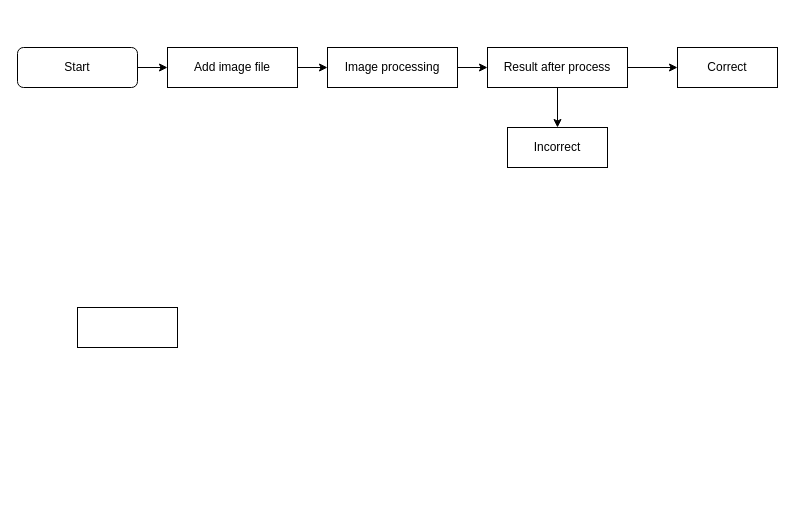
Nuttph/KUSRC.NSC-2024 keeps this draw.io diagram as NSC_Model.drawio. Above is the earlier version. Source tidied: cells renumbered, new cells numbered last; positions are measured from the earlier drawing's top-left corner, leaving out a move shared by most shapes. Both pictures are drawn from the tidied source at 100%, with x=0, y=0 at pixel (17, 47).
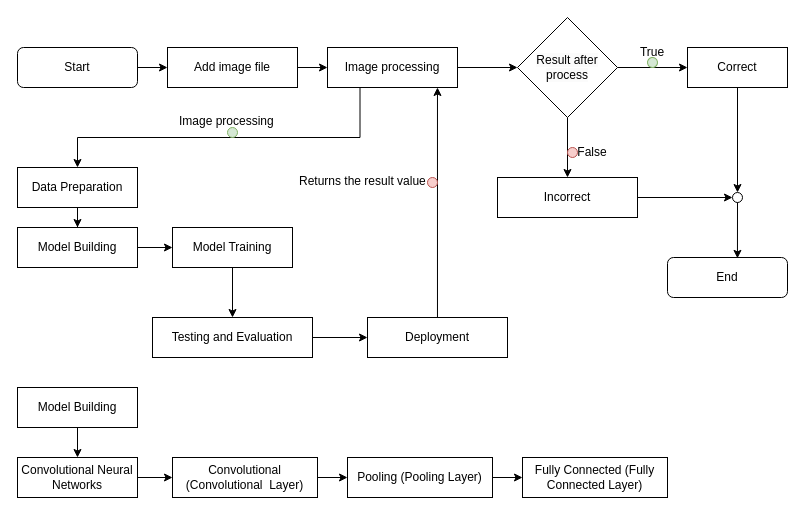
After the change.

The change refers to these unchanged cells:
```xml
<mxCell id="7" value="Image processing" style="rounded=0;whiteSpace=wrap;html=1;" parent="1" vertex="1">
  <mxGeometry x="310" width="130" height="40" as="geometry" />
</mxCell>
```

What changed in the source:
```diff
@@
+    <mxCell id="14" style="edgeStyle=orthogonalEdgeStyle;rounded=0;jettySize=auto;html=1;entryX=0.5;entryY=0;entryDx=0;entryDy=0;exitX=0.25;exitY=1;exitDx=0;exitDy=0;" parent="1" edge="1" source="7" target="20">
+      <mxGeometry relative="1" as="geometry">
+        <Array as="points">
+          <mxPoint x="342" y="90" />
+          <mxPoint x="60" y="90" />
+        </Array>
+      </mxGeometry>
+    </mxCell>
@@
-    <mxCell id="8" style="edgeStyle=orthogonalEdgeStyle;rounded=0;jettySize=auto;html=1;entryX=0.5;entryY=0;entryDx=0;entryDy=0;" parent="1" edge="1" source="10" target="11">
+    <mxCell id="8" style="edgeStyle=orthogonalEdgeStyle;rounded=0;jettySize=auto;html=1;entryX=0.5;entryY=0;entryDx=0;entryDy=0;exitX=0.5;exitY=1;exitDx=0;exitDy=0;" parent="1" edge="1" source="10" target="11">
       <mxGeometry relative="1" as="geometry" />
     </mxCell>
-    <mxCell id="9" style="edgeStyle=orthogonalEdgeStyle;rounded=0;jettySize=auto;html=1;entryX=0;entryY=0.5;entryDx=0;entryDy=0;" parent="1" edge="1" source="10" target="12">
+    <mxCell id="9" style="edgeStyle=orthogonalEdgeStyle;rounded=0;jettySize=auto;html=1;entryX=0;entryY=0.5;entryDx=0;entryDy=0;exitX=1;exitY=0.5;exitDx=0;exitDy=0;" parent="1" edge="1" source="10" target="12">
       <mxGeometry relative="1" as="geometry" />
     </mxCell>
+    <mxCell id="15" style="edgeStyle=orthogonalEdgeStyle;rounded=0;jettySize=auto;html=1;entryX=0;entryY=0.5;entryDx=0;entryDy=0;" parent="1" edge="1" source="11" target="44">
+      <mxGeometry relative="1" as="geometry" />
+    </mxCell>
+    <mxCell id="11" value="Incorrect" style="rounded=0;whiteSpace=wrap;html=1;" parent="1" vertex="1">
+      <mxGeometry x="480" y="130" width="140" height="40" as="geometry" />
+    </mxCell>
+    <mxCell id="16" style="edgeStyle=orthogonalEdgeStyle;rounded=0;jettySize=auto;html=1;entryX=0.5;entryY=0;entryDx=0;entryDy=0;" parent="1" edge="1" source="12" target="44">
+      <mxGeometry relative="1" as="geometry" />
+    </mxCell>
+    <mxCell id="12" value="Correct" style="rounded=0;whiteSpace=wrap;html=1;" parent="1" vertex="1">
+      <mxGeometry x="670" width="100" height="40" as="geometry" />
+    </mxCell>
+    <mxCell id="17" value="True" style="text;html=1;align=center;verticalAlign=middle;whiteSpace=wrap;rounded=0;" parent="1" vertex="1">
+      <mxGeometry x="605" y="-10" width="60" height="30" as="geometry" />
+    </mxCell>
+    <mxCell id="18" value="False" style="text;html=1;align=center;verticalAlign=middle;whiteSpace=wrap;rounded=0;" parent="1" vertex="1">
+      <mxGeometry x="545" y="90" width="60" height="30" as="geometry" />
+    </mxCell>
-    <mxCell id="10" value="Result after process" style="rounded=0;whiteSpace=wrap;html=1;" parent="1" vertex="1">
-      <mxGeometry x="470" width="140" height="40" as="geometry" />
+    <mxCell id="10" value="&lt;div&gt;&lt;br&gt;&lt;/div&gt;&lt;span style=&quot;color: rgb(0, 0, 0); font-family: Helvetica; font-size: 12px; font-style: normal; font-variant-ligatures: normal; font-variant-caps: normal; font-weight: 400; letter-spacing: normal; orphans: 2; text-align: center; text-indent: 0px; text-transform: none; widows: 2; word-spacing: 0px; -webkit-text-stroke-width: 0px; white-space: normal; background-color: rgb(251, 251, 251); text-decoration-thickness: initial; text-decoration-style: initial; text-decoration-color: initial; display: inline !important; float: none;&quot;&gt;Result after process&lt;/span&gt;&lt;div&gt;&lt;br&gt;&lt;/div&gt;" style="rhombus;whiteSpace=wrap;html=1;" parent="1" vertex="1">
+      <mxGeometry x="500" y="-30" width="100" height="100" as="geometry" />
     </mxCell>
-    <mxCell id="11" value="Incorrect" style="rounded=0;whiteSpace=wrap;html=1;" parent="1" vertex="1">
-      <mxGeometry x="490" y="80" width="100" height="40" as="geometry" />
-    </mxCell>
-    <mxCell id="12" value="Correct" style="rounded=0;whiteSpace=wrap;html=1;" parent="1" vertex="1">
-      <mxGeometry x="660" width="100" height="40" as="geometry" />
-    </mxCell>
-    <mxCell id="13" style="rounded=0;whiteSpace=wrap;html=1;" parent="1" vertex="1">
-      <mxGeometry x="60" y="260" width="100" height="40" as="geometry" />
-    </mxCell>
+    <mxCell id="19" style="edgeStyle=orthogonalEdgeStyle;rounded=0;jettySize=auto;html=1;entryX=0.5;entryY=0;entryDx=0;entryDy=0;" parent="1" edge="1" source="20" target="22">
+      <mxGeometry relative="1" as="geometry" />
+    </mxCell>
+    <mxCell id="20" value="Data Preparation" style="rounded=0;whiteSpace=wrap;html=1;" parent="1" vertex="1">
+      <mxGeometry y="120" width="120" height="40" as="geometry" />
+    </mxCell>
+    <mxCell id="21" style="edgeStyle=orthogonalEdgeStyle;rounded=0;jettySize=auto;html=1;entryX=0;entryY=0.5;entryDx=0;entryDy=0;" parent="1" edge="1" source="22" target="24">
+      <mxGeometry relative="1" as="geometry" />
+    </mxCell>
+    <mxCell id="22" value="Model Building" style="rounded=0;whiteSpace=wrap;html=1;" parent="1" vertex="1">
+      <mxGeometry y="180" width="120" height="40" as="geometry" />
+    </mxCell>
+    <mxCell id="23" style="edgeStyle=orthogonalEdgeStyle;rounded=0;jettySize=auto;html=1;entryX=0.5;entryY=0;entryDx=0;entryDy=0;" parent="1" edge="1" source="24" target="26">
+      <mxGeometry relative="1" as="geometry" />
+    </mxCell>
+    <mxCell id="24" value="Model Training" style="rounded=0;whiteSpace=wrap;html=1;" parent="1" vertex="1">
+      <mxGeometry x="155" y="180" width="120" height="40" as="geometry" />
+    </mxCell>
+    <mxCell id="25" style="edgeStyle=orthogonalEdgeStyle;rounded=0;jettySize=auto;html=1;entryX=0;entryY=0.5;entryDx=0;entryDy=0;" parent="1" edge="1" source="26" target="28">
+      <mxGeometry relative="1" as="geometry" />
+    </mxCell>
+    <mxCell id="26" value="Testing and Evaluation" style="rounded=0;whiteSpace=wrap;html=1;" parent="1" vertex="1">
+      <mxGeometry x="135" y="270" width="160" height="40" as="geometry" />
+    </mxCell>
+    <mxCell id="27" style="edgeStyle=orthogonalEdgeStyle;rounded=0;jettySize=auto;html=1;entryX=0.846;entryY=1;entryDx=0;entryDy=0;entryPerimeter=0;" parent="1" edge="1" source="28" target="7">
+      <mxGeometry relative="1" as="geometry" />
+    </mxCell>
+    <mxCell id="28" value="Deployment" style="rounded=0;whiteSpace=wrap;html=1;" parent="1" vertex="1">
+      <mxGeometry x="350" y="270" width="140" height="40" as="geometry" />
+    </mxCell>
+    <mxCell id="29" value="&lt;div style=&quot;text-align: center;&quot;&gt;Returns the result value&lt;/div&gt;" style="text;whiteSpace=wrap;html=1;" parent="1" vertex="1">
+      <mxGeometry x="280" y="120" width="140" height="30" as="geometry" />
+    </mxCell>
+    <mxCell id="30" style="ellipse;whiteSpace=wrap;html=1;fillColor=#d5e8d4;strokeColor=#82b366;" parent="1" vertex="1">
+      <mxGeometry x="210" y="80" width="10" height="10" as="geometry" />
+    </mxCell>
+    <mxCell id="31" style="ellipse;whiteSpace=wrap;html=1;fillColor=#f8cecc;strokeColor=#b85450;" parent="1" vertex="1">
+      <mxGeometry x="410" y="130" width="10" height="10" as="geometry" />
+    </mxCell>
+    <mxCell id="32" style="ellipse;whiteSpace=wrap;html=1;fillColor=#d5e8d4;strokeColor=#82b366;rotation=-10;" parent="1" vertex="1">
+      <mxGeometry x="630" y="10" width="10" height="10" as="geometry" />
+    </mxCell>
+    <mxCell id="33" style="ellipse;whiteSpace=wrap;html=1;fillColor=#f8cecc;strokeColor=#b85450;" parent="1" vertex="1">
+      <mxGeometry x="550" y="100" width="10" height="10" as="geometry" />
+    </mxCell>
+    <mxCell id="34" style="edgeStyle=orthogonalEdgeStyle;rounded=0;jettySize=auto;html=1;entryX=0.5;entryY=0;entryDx=0;entryDy=0;" parent="1" edge="1" source="35" target="37">
+      <mxGeometry relative="1" as="geometry" />
+    </mxCell>
+    <mxCell id="35" value="Model Building" style="rounded=0;whiteSpace=wrap;html=1;" parent="1" vertex="1">
+      <mxGeometry y="340" width="120" height="40" as="geometry" />
+    </mxCell>
+    <mxCell id="36" style="edgeStyle=orthogonalEdgeStyle;rounded=0;jettySize=auto;html=1;entryX=0;entryY=0.5;entryDx=0;entryDy=0;" parent="1" edge="1" source="37" target="39">
+      <mxGeometry relative="1" as="geometry" />
+    </mxCell>
+    <mxCell id="37" value="Convolutional Neural Networks" style="rounded=0;whiteSpace=wrap;html=1;" parent="1" vertex="1">
+      <mxGeometry y="410" width="120" height="40" as="geometry" />
+    </mxCell>
+    <mxCell id="38" style="edgeStyle=orthogonalEdgeStyle;rounded=0;jettySize=auto;html=1;entryX=0;entryY=0.5;entryDx=0;entryDy=0;" parent="1" edge="1" source="39" target="41">
+      <mxGeometry relative="1" as="geometry" />
+    </mxCell>
+    <mxCell id="39" value="Convolutional (Convolutional&amp;nbsp; Layer)" style="rounded=0;whiteSpace=wrap;html=1;" parent="1" vertex="1">
+      <mxGeometry x="155" y="410" width="145" height="40" as="geometry" />
+    </mxCell>
+    <mxCell id="40" style="edgeStyle=orthogonalEdgeStyle;rounded=0;jettySize=auto;html=1;entryX=0;entryY=0.5;entryDx=0;entryDy=0;" parent="1" edge="1" source="41" target="42">
+      <mxGeometry relative="1" as="geometry" />
+    </mxCell>
+    <mxCell id="41" value="Pooling (Pooling Layer)" style="rounded=0;whiteSpace=wrap;html=1;" parent="1" vertex="1">
+      <mxGeometry x="330" y="410" width="145" height="40" as="geometry" />
+    </mxCell>
+    <mxCell id="42" value="Fully Connected (Fully Connected Layer)" style="rounded=0;whiteSpace=wrap;html=1;" parent="1" vertex="1">
+      <mxGeometry x="505" y="410" width="145" height="40" as="geometry" />
+    </mxCell>
+    <mxCell id="43" value="End" style="rounded=1;whiteSpace=wrap;html=1;fontSize=12;glass=0;strokeWidth=1;shadow=0;" parent="1" vertex="1">
+      <mxGeometry x="650" y="210" width="120" height="40" as="geometry" />
+    </mxCell>
+    <mxCell id="44" style="ellipse;whiteSpace=wrap;html=1;" parent="1" vertex="1">
+      <mxGeometry x="715" y="145" width="10" height="10" as="geometry" />
+    </mxCell>
+    <mxCell id="45" style="edgeStyle=orthogonalEdgeStyle;rounded=0;jettySize=auto;html=1;entryX=0.583;entryY=0.021;entryDx=0;entryDy=0;entryPerimeter=0;" parent="1" edge="1" source="44" target="43">
+      <mxGeometry relative="1" as="geometry" />
+    </mxCell>
+    <mxCell id="46" value="&lt;div style=&quot;text-align: center;&quot;&gt;Image processing&lt;/div&gt;" style="text;whiteSpace=wrap;html=1;" parent="1" vertex="1">
+      <mxGeometry x="160" y="60" width="140" height="30" as="geometry" />
+    </mxCell>
```
